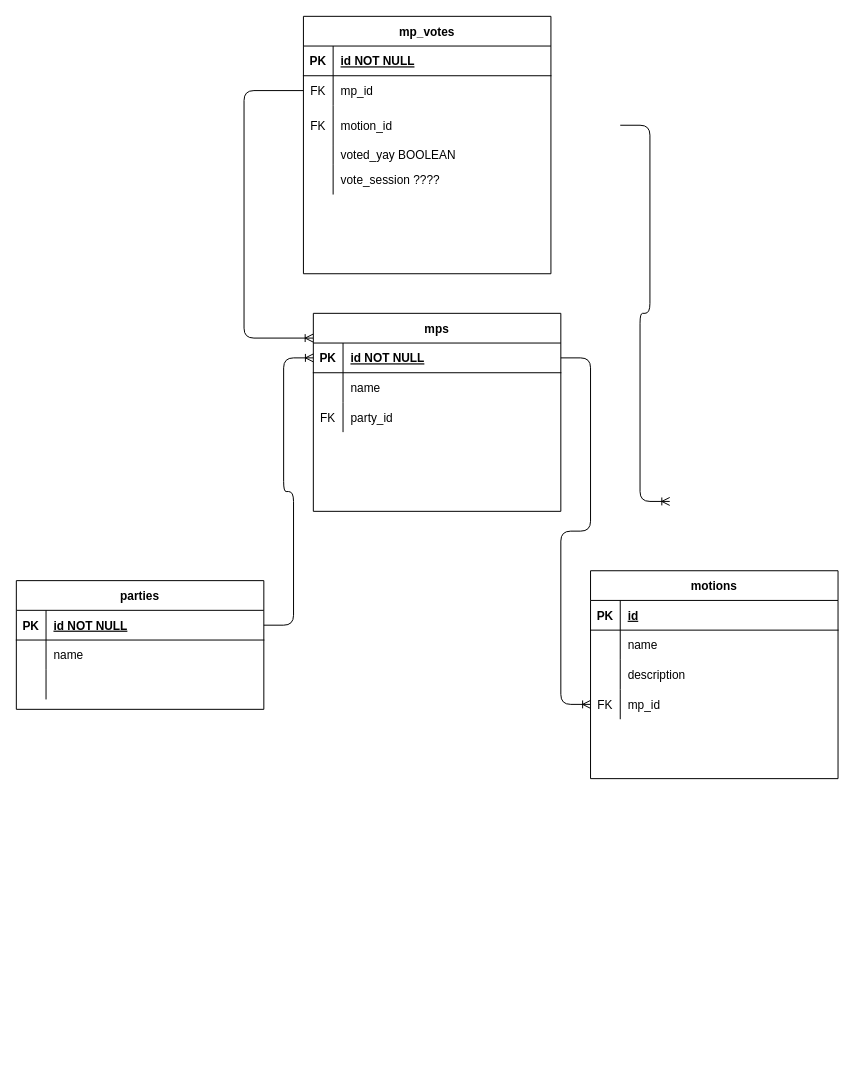
Earlier version of the draw.io diagram planning/ERD.drawio (csb3/open-house-of-commons). Source tidied: cells renumbered, new cells numbered last; positions are measured from the earlier drawing's top-left corner, leaving out a move shared by most shapes. Both pictures are drawn from the tidied source at 99%, with x=0, y=0 at pixel (16, 16).
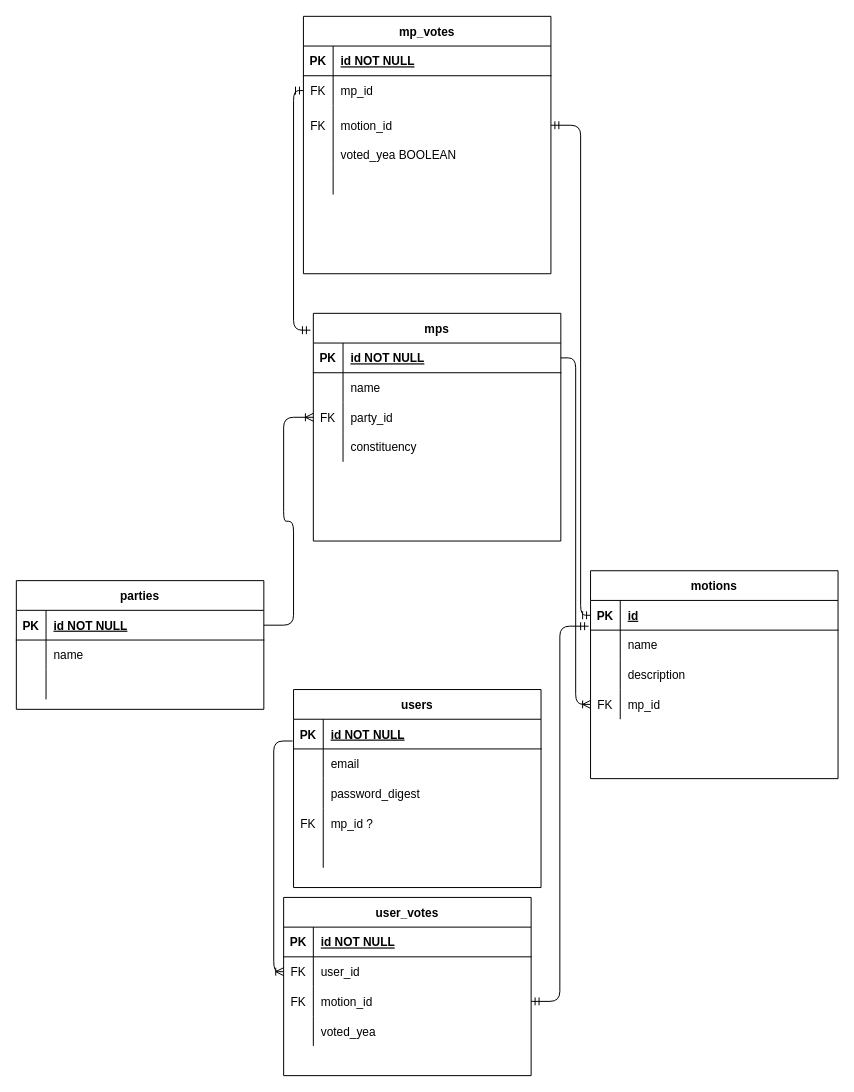
After the change.

The change refers to these unchanged cells:
```xml
<mxCell id="3" style="shape=partialRectangle;fillColor=none;points=[[0,0.5],[1,0.5]];portConstraint=eastwest;top=0;left=0;right=0;bottom=1;" parent="2" vertex="1">
  <mxGeometry y="30" width="250" height="30" as="geometry" />
</mxCell>
<mxCell id="13" style="shape=partialRectangle;fillColor=none;points=[[0,0.5],[1,0.5]];portConstraint=eastwest;top=0;left=0;right=0;bottom=1;" parent="12" vertex="1">
  <mxGeometry y="30" width="250" height="30" as="geometry" />
</mxCell>
<mxCell id="22" style="shape=partialRectangle;fillColor=none;points=[[0,0.5],[1,0.5]];portConstraint=eastwest;top=0;left=0;right=0;bottom=0;" parent="12" vertex="1">
  <mxGeometry y="120" width="250" height="30" as="geometry" />
</mxCell>
<mxCell id="26" style="shape=partialRectangle;fillColor=none;points=[[0,0.5],[1,0.5]];portConstraint=eastwest;top=0;left=0;right=0;bottom=1;" parent="25" vertex="1">
  <mxGeometry y="30" width="250" height="30" as="geometry" />
</mxCell>
<mxCell id="32" style="shape=partialRectangle;fillColor=none;points=[[0,0.5],[1,0.5]];portConstraint=eastwest;top=0;left=0;right=0;bottom=0;" parent="25" vertex="1">
  <mxGeometry y="90" width="250" height="30" as="geometry" />
</mxCell>
<mxCell id="39" style="shape=partialRectangle;fillColor=none;points=[[0,0.5],[1,0.5]];portConstraint=eastwest;top=0;left=0;right=0;bottom=0;" parent="35" vertex="1">
  <mxGeometry y="60" width="250" height="30" as="geometry" />
</mxCell>
<mxCell id="45" style="shape=partialRectangle;fillColor=none;top=0;left=0;right=0;bottom=0;" parent="35" vertex="1">
  <mxGeometry y="130" width="250" height="20" as="geometry" />
</mxCell>
<mxCell id="48" style="shape=partialRectangle;fillColor=none;top=0;left=0;right=0;bottom=0;" parent="35" vertex="1">
  <mxGeometry y="150" width="250" height="30" as="geometry" />
</mxCell>
```

Change to the diagram source:
```diff
@@
     <mxCell id="25" value="mps" style="shape=table;startSize=30;childLayout=tableLayout;rowLines=0;fontStyle=1;align=center;" parent="1" vertex="1">
-      <mxGeometry x="300" y="300" width="250" height="200" as="geometry" />
+      <mxGeometry x="300" y="300" width="250" height="230" as="geometry" />
     </mxCell>
@@
+    <mxCell id="55" style="shape=partialRectangle;fillColor=none;top=0;left=0;right=0;bottom=0;" parent="25" vertex="1">
+      <mxGeometry y="120" width="250" height="30" as="geometry" />
+    </mxCell>
+    <mxCell id="56" style="shape=partialRectangle;overflow=hidden;fillColor=none;top=0;left=0;bottom=0;right=0;" parent="55" vertex="1">
+      <mxGeometry width="30" height="30" as="geometry" />
+    </mxCell>
+    <mxCell id="57" value="constituency" style="shape=partialRectangle;overflow=hidden;fillColor=none;top=0;left=0;bottom=0;right=0;align=left;spacingLeft=6;" parent="55" vertex="1">
+      <mxGeometry x="30" width="220" height="30" as="geometry" />
+    </mxCell>
@@
-    <mxCell id="47" value="voted_yay BOOLEAN" style="shape=partialRectangle;overflow=hidden;fillColor=none;top=0;left=0;bottom=0;right=0;align=left;spacingLeft=6;" parent="45" vertex="1">
+    <mxCell id="47" value="voted_yea BOOLEAN" style="shape=partialRectangle;overflow=hidden;fillColor=none;top=0;left=0;bottom=0;right=0;align=left;spacingLeft=6;" parent="45" vertex="1">
       <mxGeometry x="30" width="220" height="20" as="geometry" />
     </mxCell>
@@
-    <mxCell id="50" value="vote_session ????" style="shape=partialRectangle;overflow=hidden;fillColor=none;top=0;left=0;bottom=0;right=0;align=left;spacingLeft=6;" parent="48" vertex="1">
+    <mxCell id="50" style="shape=partialRectangle;overflow=hidden;fillColor=none;top=0;left=0;bottom=0;right=0;align=left;spacingLeft=6;" parent="48" vertex="1">
       <mxGeometry x="30" width="220" height="30" as="geometry" />
     </mxCell>
-    <mxCell id="51" style="edgeStyle=entityRelationEdgeStyle;fontSize=12;html=1;endArrow=ERoneToMany;entryX=0;entryY=0.5;entryDx=0;entryDy=0;exitX=1;exitY=0.5;exitDx=0;exitDy=0;" parent="1" edge="1" source="26" target="22">
+    <mxCell id="51" style="edgeStyle=elbowEdgeStyle;fontSize=12;html=1;endArrow=ERoneToMany;entryX=0;entryY=0.5;entryDx=0;entryDy=0;exitX=1;exitY=0.5;exitDx=0;exitDy=0;" parent="1" edge="1" source="26" target="22">
       <mxGeometry relative="1" as="geometry" />
     </mxCell>
-    <mxCell id="52" style="edgeStyle=entityRelationEdgeStyle;fontSize=12;html=1;endArrow=ERoneToMany;entryX=0;entryY=0.5;entryDx=0;entryDy=0;exitX=1;exitY=0.5;exitDx=0;exitDy=0;" parent="1" edge="1" source="3" target="26">
+    <mxCell id="52" style="edgeStyle=entityRelationEdgeStyle;fontSize=12;html=1;endArrow=ERoneToMany;entryX=0;entryY=0.5;entryDx=0;entryDy=0;exitX=1;exitY=0.5;exitDx=0;exitDy=0;" parent="1" edge="1" source="3" target="32">
       <mxGeometry relative="1" as="geometry" />
     </mxCell>
-    <mxCell id="53" style="edgeStyle=elbowEdgeStyle;fontSize=12;html=1;endArrow=ERoneToMany;entryX=-0.001;entryY=0.125;entryDx=0;entryDy=0;entryPerimeter=0;exitX=0;exitY=0.5;exitDx=0;exitDy=0;" parent="1" edge="1" source="39" target="25">
-      <mxGeometry relative="1" as="geometry">
-        <Array as="points">
-          <mxPoint x="230" y="210" />
-        </Array>
-      </mxGeometry>
-    </mxCell>
-    <mxCell id="54" style="edgeStyle=entityRelationEdgeStyle;fontSize=12;html=1;endArrow=ERoneToMany;" parent="1" edge="1">
-      <mxGeometry relative="1" as="geometry">
-        <mxPoint x="610" y="110" as="sourcePoint" />
-        <mxPoint x="660" y="490" as="targetPoint" />
-      </mxGeometry>
-    </mxCell>
+    <mxCell id="58" value="users" style="shape=table;startSize=30;childLayout=tableLayout;rowLines=0;fontStyle=1;align=center;" parent="1" vertex="1">
+      <mxGeometry x="280" y="680" width="250" height="200" as="geometry" />
+    </mxCell>
+    <mxCell id="59" style="shape=partialRectangle;fillColor=none;points=[[0,0.5],[1,0.5]];portConstraint=eastwest;top=0;left=0;right=0;bottom=1;" parent="58" vertex="1">
+      <mxGeometry y="30" width="250" height="30" as="geometry" />
+    </mxCell>
+    <mxCell id="60" value="PK" style="shape=partialRectangle;overflow=hidden;fillColor=none;top=0;left=0;bottom=0;right=0;fontStyle=1;" parent="59" vertex="1">
+      <mxGeometry width="30" height="30" as="geometry" />
+    </mxCell>
+    <mxCell id="61" value="id NOT NULL" style="shape=partialRectangle;overflow=hidden;fillColor=none;top=0;left=0;bottom=0;right=0;align=left;spacingLeft=6;fontStyle=5;" parent="59" vertex="1">
+      <mxGeometry x="30" width="220" height="30" as="geometry" />
+    </mxCell>
+    <mxCell id="62" style="shape=partialRectangle;fillColor=none;top=0;left=0;right=0;bottom=0;" parent="58" vertex="1">
+      <mxGeometry y="60" width="250" height="30" as="geometry" />
+    </mxCell>
+    <mxCell id="63" style="shape=partialRectangle;overflow=hidden;fillColor=none;top=0;left=0;bottom=0;right=0;" parent="62" vertex="1">
+      <mxGeometry width="30" height="30" as="geometry" />
+    </mxCell>
+    <mxCell id="64" value="email" style="shape=partialRectangle;overflow=hidden;fillColor=none;top=0;left=0;bottom=0;right=0;align=left;spacingLeft=6;" parent="62" vertex="1">
+      <mxGeometry x="30" width="220" height="30" as="geometry" />
+    </mxCell>
+    <mxCell id="65" style="shape=partialRectangle;fillColor=none;top=0;left=0;right=0;bottom=0;" parent="58" vertex="1">
+      <mxGeometry y="90" width="250" height="30" as="geometry" />
+    </mxCell>
+    <mxCell id="66" style="shape=partialRectangle;overflow=hidden;fillColor=none;top=0;left=0;bottom=0;right=0;" parent="65" vertex="1">
+      <mxGeometry width="30" height="30" as="geometry" />
+    </mxCell>
+    <mxCell id="67" value="password_digest" style="shape=partialRectangle;overflow=hidden;fillColor=none;top=0;left=0;bottom=0;right=0;align=left;spacingLeft=6;" parent="65" vertex="1">
+      <mxGeometry x="30" width="220" height="30" as="geometry" />
+    </mxCell>
+    <mxCell id="68" style="shape=partialRectangle;fillColor=none;top=0;left=0;right=0;bottom=0;" parent="58" vertex="1">
+      <mxGeometry y="120" width="250" height="30" as="geometry" />
+    </mxCell>
+    <mxCell id="69" value="FK" style="shape=partialRectangle;overflow=hidden;fillColor=none;top=0;left=0;bottom=0;right=0;" parent="68" vertex="1">
+      <mxGeometry width="30" height="30" as="geometry" />
+    </mxCell>
+    <mxCell id="70" value="mp_id ?" style="shape=partialRectangle;overflow=hidden;fillColor=none;top=0;left=0;bottom=0;right=0;align=left;spacingLeft=6;" parent="68" vertex="1">
+      <mxGeometry x="30" width="220" height="30" as="geometry" />
+    </mxCell>
+    <mxCell id="71" style="shape=partialRectangle;fillColor=none;top=0;left=0;right=0;bottom=0;" parent="58" vertex="1">
+      <mxGeometry y="150" width="250" height="30" as="geometry" />
+    </mxCell>
+    <mxCell id="72" style="shape=partialRectangle;overflow=hidden;fillColor=none;top=0;left=0;bottom=0;right=0;" parent="71" vertex="1">
+      <mxGeometry width="30" height="30" as="geometry" />
+    </mxCell>
+    <mxCell id="73" style="shape=partialRectangle;overflow=hidden;fillColor=none;top=0;left=0;bottom=0;right=0;align=left;spacingLeft=6;" parent="71" vertex="1">
+      <mxGeometry x="30" width="220" height="30" as="geometry" />
+    </mxCell>
+    <mxCell id="74" value="user_votes" style="shape=table;startSize=30;childLayout=tableLayout;rowLines=0;fontStyle=1;align=center;" parent="1" vertex="1">
+      <mxGeometry x="270" y="890" width="250" height="180" as="geometry" />
+    </mxCell>
+    <mxCell id="75" style="shape=partialRectangle;fillColor=none;top=0;left=0;right=0;bottom=1;" parent="74" vertex="1">
+      <mxGeometry y="30" width="250" height="30" as="geometry" />
+    </mxCell>
+    <mxCell id="76" value="PK" style="shape=partialRectangle;overflow=hidden;fillColor=none;top=0;left=0;bottom=0;right=0;fontStyle=1;" parent="75" vertex="1">
+      <mxGeometry width="30" height="30" as="geometry" />
+    </mxCell>
+    <mxCell id="77" value="id NOT NULL" style="shape=partialRectangle;overflow=hidden;fillColor=none;top=0;left=0;bottom=0;right=0;align=left;spacingLeft=6;fontStyle=5;" parent="75" vertex="1">
+      <mxGeometry x="30" width="220" height="30" as="geometry" />
+    </mxCell>
+    <mxCell id="78" style="shape=partialRectangle;fillColor=none;points=[[0,0.5],[1,0.5]];portConstraint=eastwest;top=0;left=0;right=0;bottom=0;" parent="74" vertex="1">
+      <mxGeometry y="60" width="250" height="30" as="geometry" />
+    </mxCell>
+    <mxCell id="79" value="FK" style="shape=partialRectangle;overflow=hidden;fillColor=none;top=0;left=0;bottom=0;right=0;" parent="78" vertex="1">
+      <mxGeometry width="30" height="30" as="geometry" />
+    </mxCell>
+    <mxCell id="80" value="user_id" style="shape=partialRectangle;overflow=hidden;fillColor=none;top=0;left=0;bottom=0;right=0;align=left;spacingLeft=6;" parent="78" vertex="1">
+      <mxGeometry x="30" width="220" height="30" as="geometry" />
+    </mxCell>
+    <mxCell id="81" style="shape=partialRectangle;fillColor=none;points=[[0,0.5],[1,0.5]];portConstraint=eastwest;top=0;left=0;right=0;bottom=0;" parent="74" vertex="1">
+      <mxGeometry y="90" width="250" height="30" as="geometry" />
+    </mxCell>
+    <mxCell id="82" value="FK" style="shape=partialRectangle;overflow=hidden;fillColor=none;top=0;left=0;bottom=0;right=0;" parent="81" vertex="1">
+      <mxGeometry width="30" height="30" as="geometry" />
+    </mxCell>
+    <mxCell id="83" value="motion_id" style="shape=partialRectangle;overflow=hidden;fillColor=none;top=0;left=0;bottom=0;right=0;align=left;spacingLeft=6;" parent="81" vertex="1">
+      <mxGeometry x="30" width="220" height="30" as="geometry" />
+    </mxCell>
+    <mxCell id="84" style="shape=partialRectangle;fillColor=none;top=0;left=0;right=0;bottom=0;" parent="74" vertex="1">
+      <mxGeometry y="120" width="250" height="30" as="geometry" />
+    </mxCell>
+    <mxCell id="85" style="shape=partialRectangle;overflow=hidden;fillColor=none;top=0;left=0;bottom=0;right=0;" parent="84" vertex="1">
+      <mxGeometry width="30" height="30" as="geometry" />
+    </mxCell>
+    <mxCell id="86" value="voted_yea" style="shape=partialRectangle;overflow=hidden;fillColor=none;top=0;left=0;bottom=0;right=0;align=left;spacingLeft=6;" parent="84" vertex="1">
+      <mxGeometry x="30" width="220" height="30" as="geometry" />
+    </mxCell>
+    <mxCell id="87" style="edgeStyle=elbowEdgeStyle;fontSize=12;html=1;endArrow=ERmandOne;startArrow=ERmandOne;entryX=0;entryY=0.5;entryDx=0;entryDy=0;exitX=-0.012;exitY=0.074;exitDx=0;exitDy=0;exitPerimeter=0;" parent="1" edge="1" source="25" target="39">
+      <mxGeometry relative="1" as="geometry">
+        <Array as="points">
+          <mxPoint x="280" y="110" />
+          <mxPoint x="250" y="210" />
+        </Array>
+      </mxGeometry>
+    </mxCell>
+    <mxCell id="88" style="edgeStyle=elbowEdgeStyle;fontSize=12;html=1;endArrow=ERmandOne;startArrow=ERmandOne;entryX=0;entryY=0.5;entryDx=0;entryDy=0;" parent="1" edge="1" target="13">
+      <mxGeometry relative="1" as="geometry">
+        <mxPoint x="540" y="110" as="sourcePoint" />
+        <Array as="points">
+          <mxPoint x="570" y="350" />
+        </Array>
+      </mxGeometry>
+    </mxCell>
+    <mxCell id="89" style="edgeStyle=elbowEdgeStyle;fontSize=12;html=1;endArrow=ERoneToMany;exitX=-0.004;exitY=0.733;exitDx=0;exitDy=0;exitPerimeter=0;entryX=0;entryY=0.5;entryDx=0;entryDy=0;" parent="1" edge="1" source="59" target="78">
+      <mxGeometry relative="1" as="geometry">
+        <Array as="points">
+          <mxPoint x="260" y="980" />
+          <mxPoint x="260" y="960" />
+          <mxPoint x="240" y="820" />
+        </Array>
+      </mxGeometry>
+    </mxCell>
+    <mxCell id="90" style="edgeStyle=elbowEdgeStyle;fontSize=12;html=1;endArrow=ERmandOne;startArrow=ERmandOne;exitX=1;exitY=0.5;exitDx=0;exitDy=0;entryX=-0.008;entryY=0.867;entryDx=0;entryDy=0;entryPerimeter=0;" parent="1" edge="1" source="81" target="13">
+      <mxGeometry relative="1" as="geometry" />
+    </mxCell>
```
